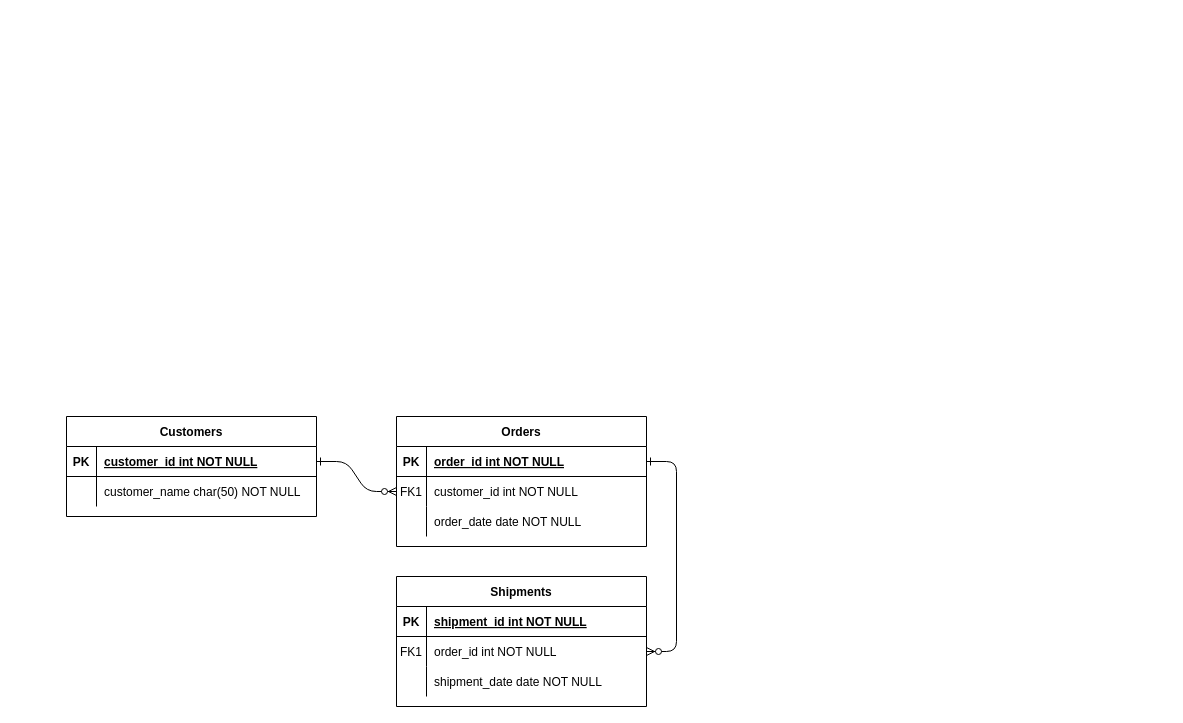
Above: Twitter Database Diagram.drawio in jmsandiegoo/simple-twitter-clone (draw.io), before the change. Source tidied: cells renumbered, new cells numbered last; positions are measured from the earlier drawing's top-left corner, leaving out a move shared by most shapes. Both pictures are drawn from the tidied source at 100%, with x=0, y=0 at pixel (66, 416).
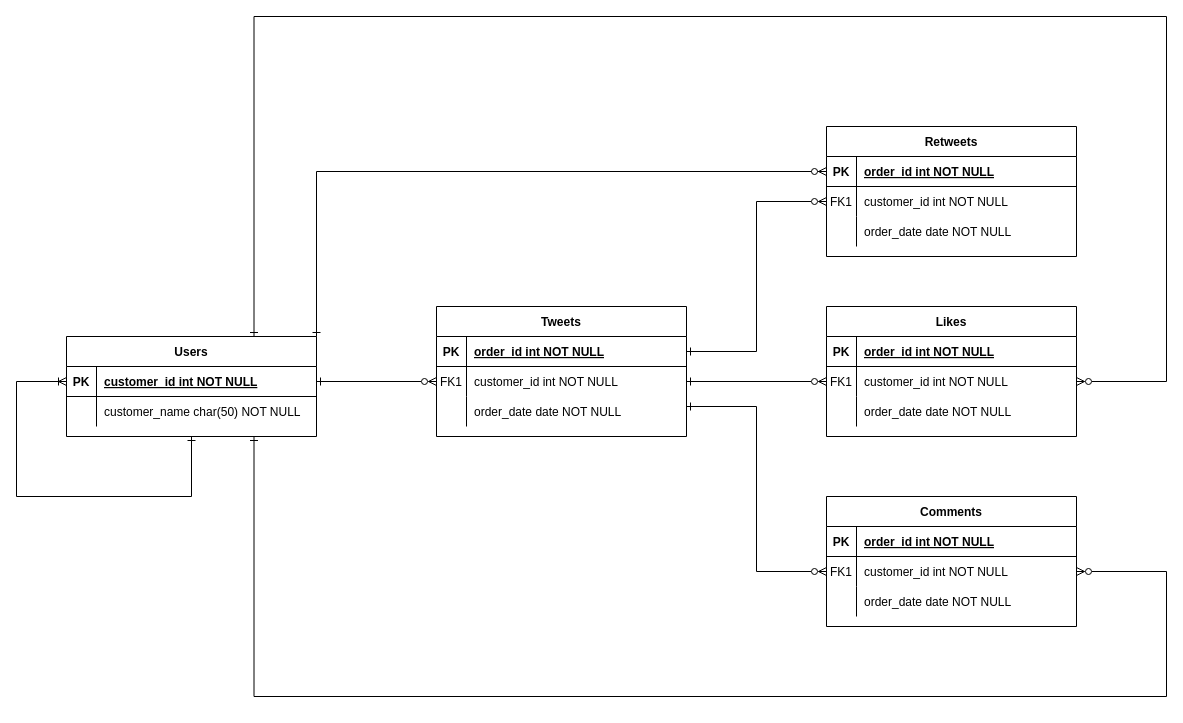
Above is the later version.

The change refers to these unchanged cells:
```xml
<mxCell id="5" style="shape=partialRectangle;fillColor=none;points=[[0,0.5],[1,0.5]];portConstraint=eastwest;top=0;left=0;right=0;bottom=1;" parent="4" vertex="1">
  <mxGeometry y="30" width="250" height="30" as="geometry" />
</mxCell>
<mxCell id="8" style="shape=partialRectangle;fillColor=none;points=[[0,0.5],[1,0.5]];portConstraint=eastwest;top=0;left=0;right=0;bottom=0;" parent="4" vertex="1">
  <mxGeometry y="60" width="250" height="30" as="geometry" />
</mxCell>
<mxCell id="25" style="shape=partialRectangle;fillColor=none;points=[[0,0.5],[1,0.5]];portConstraint=eastwest;top=0;left=0;right=0;bottom=1;" parent="24" vertex="1">
  <mxGeometry y="30" width="250" height="30" as="geometry" />
</mxCell>
```

What changed in the source:
```diff
@@
-    <mxCell id="2" style="edgeStyle=entityRelationEdgeStyle;endArrow=ERzeroToMany;startArrow=ERone;endFill=1;startFill=0;" parent="1" edge="1" source="25" target="8">
-      <mxGeometry relative="1" as="geometry" />
-    </mxCell>
-    <mxCell id="3" style="edgeStyle=entityRelationEdgeStyle;endArrow=ERzeroToMany;startArrow=ERone;endFill=1;startFill=0;" parent="1" edge="1" source="5" target="18">
-      <mxGeometry relative="1" as="geometry" />
-    </mxCell>
-    <mxCell id="4" value="Orders" style="shape=table;startSize=30;childLayout=tableLayout;rowLines=0;fontStyle=1;align=center;" parent="1" vertex="1">
-      <mxGeometry x="330" width="250" height="130" as="geometry" />
+    <mxCell id="4" value="Tweets" style="shape=table;startSize=30;childLayout=tableLayout;rowLines=0;fontStyle=1;align=center;" parent="1" vertex="1">
+      <mxGeometry x="370" y="-110" width="250" height="130" as="geometry" />
     </mxCell>
@@
-    <mxCell id="14" value="Shipments" style="shape=table;startSize=30;childLayout=tableLayout;rowLines=0;fontStyle=1;align=center;" parent="1" vertex="1">
-      <mxGeometry x="330" y="160" width="250" height="130" as="geometry" />
-    </mxCell>
-    <mxCell id="15" style="shape=partialRectangle;fillColor=none;top=0;left=0;right=0;bottom=1;" parent="14" vertex="1">
-      <mxGeometry y="30" width="250" height="30" as="geometry" />
-    </mxCell>
-    <mxCell id="16" value="PK" style="shape=partialRectangle;overflow=hidden;fillColor=none;top=0;left=0;bottom=0;right=0;fontStyle=1;" parent="15" vertex="1">
-      <mxGeometry width="30" height="30" as="geometry" />
-    </mxCell>
-    <mxCell id="17" value="shipment_id int NOT NULL " style="shape=partialRectangle;overflow=hidden;fillColor=none;top=0;left=0;bottom=0;right=0;align=left;spacingLeft=6;fontStyle=5;" parent="15" vertex="1">
-      <mxGeometry x="30" width="220" height="30" as="geometry" />
-    </mxCell>
-    <mxCell id="18" style="shape=partialRectangle;fillColor=none;points=[[0,0.5],[1,0.5]];portConstraint=eastwest;top=0;left=0;right=0;bottom=0;" parent="14" vertex="1">
-      <mxGeometry y="60" width="250" height="30" as="geometry" />
-    </mxCell>
-    <mxCell id="19" value="FK1" style="shape=partialRectangle;overflow=hidden;fillColor=none;top=0;left=0;bottom=0;right=0;" parent="18" vertex="1">
-      <mxGeometry width="30" height="30" as="geometry" />
-    </mxCell>
-    <mxCell id="20" value="order_id int NOT NULL" style="shape=partialRectangle;overflow=hidden;fillColor=none;top=0;left=0;bottom=0;right=0;align=left;spacingLeft=6;" parent="18" vertex="1">
-      <mxGeometry x="30" width="220" height="30" as="geometry" />
-    </mxCell>
-    <mxCell id="21" style="shape=partialRectangle;fillColor=none;top=0;left=0;right=0;bottom=0;" parent="14" vertex="1">
-      <mxGeometry y="90" width="250" height="30" as="geometry" />
-    </mxCell>
-    <mxCell id="22" style="shape=partialRectangle;overflow=hidden;fillColor=none;top=0;left=0;bottom=0;right=0;" parent="21" vertex="1">
-      <mxGeometry width="30" height="30" as="geometry" />
-    </mxCell>
-    <mxCell id="23" value="shipment_date date NOT NULL" style="shape=partialRectangle;overflow=hidden;fillColor=none;top=0;left=0;bottom=0;right=0;align=left;spacingLeft=6;" parent="21" vertex="1">
-      <mxGeometry x="30" width="220" height="30" as="geometry" />
-    </mxCell>
+    <mxCell id="31" style="edgeStyle=orthogonalEdgeStyle;rounded=0;jettySize=auto;html=1;exitX=0.75;exitY=0;exitDx=0;exitDy=0;entryX=1;entryY=0.5;entryDx=0;entryDy=0;startArrow=ERone;startFill=0;endArrow=ERzeroToMany;endFill=0;" parent="1" edge="1" source="24" target="48">
+      <mxGeometry relative="1" as="geometry">
+        <Array as="points">
+          <mxPoint x="188" y="-400" />
+          <mxPoint x="1100" y="-400" />
+          <mxPoint x="1100" y="-35" />
+        </Array>
+      </mxGeometry>
+    </mxCell>
+    <mxCell id="32" style="edgeStyle=orthogonalEdgeStyle;rounded=0;jettySize=auto;html=1;exitX=0.75;exitY=1;exitDx=0;exitDy=0;entryX=1;entryY=0.5;entryDx=0;entryDy=0;startArrow=ERone;startFill=0;endArrow=ERzeroToMany;endFill=0;" parent="1" edge="1" source="24" target="38">
+      <mxGeometry relative="1" as="geometry">
+        <Array as="points">
+          <mxPoint x="188" y="280" />
+          <mxPoint x="1100" y="280" />
+          <mxPoint x="1100" y="155" />
+        </Array>
+      </mxGeometry>
+    </mxCell>
-    <mxCell id="24" value="Customers" style="shape=table;startSize=30;childLayout=tableLayout;rowLines=0;fontStyle=1;align=center;" parent="1" vertex="1">
-      <mxGeometry width="250" height="100" as="geometry" />
+    <mxCell id="24" value="Users" style="shape=table;startSize=30;childLayout=tableLayout;rowLines=0;fontStyle=1;align=center;" parent="1" vertex="1">
+      <mxGeometry y="-80" width="250" height="100" as="geometry" />
     </mxCell>
@@
+    <mxCell id="33" style="edgeStyle=orthogonalEdgeStyle;rounded=0;jettySize=auto;html=1;exitX=0.5;exitY=1;exitDx=0;exitDy=0;entryX=0;entryY=0.5;entryDx=0;entryDy=0;startArrow=ERone;startFill=0;endArrow=ERoneToMany;endFill=0;" parent="24" edge="1" source="24" target="25">
+      <mxGeometry relative="1" as="geometry">
+        <Array as="points">
+          <mxPoint x="125" y="160" />
+          <mxPoint x="-50" y="160" />
+          <mxPoint x="-50" y="45" />
+        </Array>
+      </mxGeometry>
+    </mxCell>
+    <mxCell id="34" value="Comments" style="shape=table;startSize=30;childLayout=tableLayout;rowLines=0;fontStyle=1;align=center;" parent="1" vertex="1">
+      <mxGeometry x="760" y="80" width="250" height="130" as="geometry" />
+    </mxCell>
+    <mxCell id="35" style="shape=partialRectangle;fillColor=none;top=0;left=0;right=0;bottom=1;" parent="34" vertex="1">
+      <mxGeometry y="30" width="250" height="30" as="geometry" />
+    </mxCell>
+    <mxCell id="36" value="PK" style="shape=partialRectangle;overflow=hidden;fillColor=none;top=0;left=0;bottom=0;right=0;fontStyle=1;" parent="35" vertex="1">
+      <mxGeometry width="30" height="30" as="geometry" />
+    </mxCell>
+    <mxCell id="37" value="order_id int NOT NULL " style="shape=partialRectangle;overflow=hidden;fillColor=none;top=0;left=0;bottom=0;right=0;align=left;spacingLeft=6;fontStyle=5;" parent="35" vertex="1">
+      <mxGeometry x="30" width="220" height="30" as="geometry" />
+    </mxCell>
+    <mxCell id="38" style="shape=partialRectangle;fillColor=none;points=[[0,0.5],[1,0.5]];portConstraint=eastwest;top=0;left=0;right=0;bottom=0;" parent="34" vertex="1">
+      <mxGeometry y="60" width="250" height="30" as="geometry" />
+    </mxCell>
+    <mxCell id="39" value="FK1" style="shape=partialRectangle;overflow=hidden;fillColor=none;top=0;left=0;bottom=0;right=0;" parent="38" vertex="1">
+      <mxGeometry width="30" height="30" as="geometry" />
+    </mxCell>
+    <mxCell id="40" value="customer_id int NOT NULL" style="shape=partialRectangle;overflow=hidden;fillColor=none;top=0;left=0;bottom=0;right=0;align=left;spacingLeft=6;" parent="38" vertex="1">
+      <mxGeometry x="30" width="220" height="30" as="geometry" />
+    </mxCell>
+    <mxCell id="41" style="shape=partialRectangle;fillColor=none;top=0;left=0;right=0;bottom=0;" parent="34" vertex="1">
+      <mxGeometry y="90" width="250" height="30" as="geometry" />
+    </mxCell>
+    <mxCell id="42" style="shape=partialRectangle;overflow=hidden;fillColor=none;top=0;left=0;bottom=0;right=0;" parent="41" vertex="1">
+      <mxGeometry width="30" height="30" as="geometry" />
+    </mxCell>
+    <mxCell id="43" value="order_date date NOT NULL" style="shape=partialRectangle;overflow=hidden;fillColor=none;top=0;left=0;bottom=0;right=0;align=left;spacingLeft=6;" parent="41" vertex="1">
+      <mxGeometry x="30" width="220" height="30" as="geometry" />
+    </mxCell>
+    <mxCell id="44" value="Likes" style="shape=table;startSize=30;childLayout=tableLayout;rowLines=0;fontStyle=1;align=center;" parent="1" vertex="1">
+      <mxGeometry x="760" y="-110" width="250" height="130" as="geometry" />
+    </mxCell>
+    <mxCell id="45" style="shape=partialRectangle;fillColor=none;top=0;left=0;right=0;bottom=1;" parent="44" vertex="1">
+      <mxGeometry y="30" width="250" height="30" as="geometry" />
+    </mxCell>
+    <mxCell id="46" value="PK" style="shape=partialRectangle;overflow=hidden;fillColor=none;top=0;left=0;bottom=0;right=0;fontStyle=1;" parent="45" vertex="1">
+      <mxGeometry width="30" height="30" as="geometry" />
+    </mxCell>
+    <mxCell id="47" value="order_id int NOT NULL " style="shape=partialRectangle;overflow=hidden;fillColor=none;top=0;left=0;bottom=0;right=0;align=left;spacingLeft=6;fontStyle=5;" parent="45" vertex="1">
+      <mxGeometry x="30" width="220" height="30" as="geometry" />
+    </mxCell>
+    <mxCell id="48" style="shape=partialRectangle;fillColor=none;points=[[0,0.5],[1,0.5]];portConstraint=eastwest;top=0;left=0;right=0;bottom=0;" parent="44" vertex="1">
+      <mxGeometry y="60" width="250" height="30" as="geometry" />
+    </mxCell>
+    <mxCell id="49" value="FK1" style="shape=partialRectangle;overflow=hidden;fillColor=none;top=0;left=0;bottom=0;right=0;" parent="48" vertex="1">
+      <mxGeometry width="30" height="30" as="geometry" />
+    </mxCell>
+    <mxCell id="50" value="customer_id int NOT NULL" style="shape=partialRectangle;overflow=hidden;fillColor=none;top=0;left=0;bottom=0;right=0;align=left;spacingLeft=6;" parent="48" vertex="1">
+      <mxGeometry x="30" width="220" height="30" as="geometry" />
+    </mxCell>
+    <mxCell id="51" style="shape=partialRectangle;fillColor=none;top=0;left=0;right=0;bottom=0;" parent="44" vertex="1">
+      <mxGeometry y="90" width="250" height="30" as="geometry" />
+    </mxCell>
+    <mxCell id="52" style="shape=partialRectangle;overflow=hidden;fillColor=none;top=0;left=0;bottom=0;right=0;" parent="51" vertex="1">
+      <mxGeometry width="30" height="30" as="geometry" />
+    </mxCell>
+    <mxCell id="53" value="order_date date NOT NULL" style="shape=partialRectangle;overflow=hidden;fillColor=none;top=0;left=0;bottom=0;right=0;align=left;spacingLeft=6;" parent="51" vertex="1">
+      <mxGeometry x="30" width="220" height="30" as="geometry" />
+    </mxCell>
+    <mxCell id="54" value="Retweets" style="shape=table;startSize=30;childLayout=tableLayout;rowLines=0;fontStyle=1;align=center;" parent="1" vertex="1">
+      <mxGeometry x="760" y="-290" width="250" height="130" as="geometry" />
+    </mxCell>
+    <mxCell id="55" style="shape=partialRectangle;fillColor=none;points=[[0,0.5],[1,0.5]];portConstraint=eastwest;top=0;left=0;right=0;bottom=1;" parent="54" vertex="1">
+      <mxGeometry y="30" width="250" height="30" as="geometry" />
+    </mxCell>
+    <mxCell id="56" value="PK" style="shape=partialRectangle;overflow=hidden;fillColor=none;top=0;left=0;bottom=0;right=0;fontStyle=1;" parent="55" vertex="1">
+      <mxGeometry width="30" height="30" as="geometry" />
+    </mxCell>
+    <mxCell id="57" value="order_id int NOT NULL " style="shape=partialRectangle;overflow=hidden;fillColor=none;top=0;left=0;bottom=0;right=0;align=left;spacingLeft=6;fontStyle=5;" parent="55" vertex="1">
+      <mxGeometry x="30" width="220" height="30" as="geometry" />
+    </mxCell>
+    <mxCell id="58" style="shape=partialRectangle;fillColor=none;points=[[0,0.5],[1,0.5]];portConstraint=eastwest;top=0;left=0;right=0;bottom=0;" parent="54" vertex="1">
+      <mxGeometry y="60" width="250" height="30" as="geometry" />
+    </mxCell>
+    <mxCell id="59" value="FK1" style="shape=partialRectangle;overflow=hidden;fillColor=none;top=0;left=0;bottom=0;right=0;" parent="58" vertex="1">
+      <mxGeometry width="30" height="30" as="geometry" />
+    </mxCell>
+    <mxCell id="60" value="customer_id int NOT NULL" style="shape=partialRectangle;overflow=hidden;fillColor=none;top=0;left=0;bottom=0;right=0;align=left;spacingLeft=6;" parent="58" vertex="1">
+      <mxGeometry x="30" width="220" height="30" as="geometry" />
+    </mxCell>
+    <mxCell id="61" style="shape=partialRectangle;fillColor=none;top=0;left=0;right=0;bottom=0;" parent="54" vertex="1">
+      <mxGeometry y="90" width="250" height="30" as="geometry" />
+    </mxCell>
+    <mxCell id="62" style="shape=partialRectangle;overflow=hidden;fillColor=none;top=0;left=0;bottom=0;right=0;" parent="61" vertex="1">
+      <mxGeometry width="30" height="30" as="geometry" />
+    </mxCell>
+    <mxCell id="63" value="order_date date NOT NULL" style="shape=partialRectangle;overflow=hidden;fillColor=none;top=0;left=0;bottom=0;right=0;align=left;spacingLeft=6;" parent="61" vertex="1">
+      <mxGeometry x="30" width="220" height="30" as="geometry" />
+    </mxCell>
+    <mxCell id="2" style="edgeStyle=orthogonalEdgeStyle;rounded=0;jettySize=auto;html=1;exitX=1;exitY=0.5;exitDx=0;exitDy=0;entryX=0;entryY=0.5;entryDx=0;entryDy=0;startArrow=ERone;startFill=0;endArrow=ERzeroToMany;endFill=0;" parent="1" edge="1" source="25" target="8">
+      <mxGeometry relative="1" as="geometry" />
+    </mxCell>
+    <mxCell id="64" style="edgeStyle=orthogonalEdgeStyle;rounded=0;jettySize=auto;html=1;exitX=1;exitY=0.5;exitDx=0;exitDy=0;startArrow=ERone;startFill=0;endArrow=ERzeroToMany;endFill=0;entryX=0;entryY=0.5;entryDx=0;entryDy=0;" parent="1" edge="1" source="8" target="48">
+      <mxGeometry relative="1" as="geometry" />
+    </mxCell>
+    <mxCell id="65" style="edgeStyle=orthogonalEdgeStyle;rounded=0;jettySize=auto;html=1;entryX=0;entryY=0.5;entryDx=0;entryDy=0;startArrow=ERone;startFill=0;endArrow=ERzeroToMany;endFill=0;" parent="1" edge="1" target="38">
+      <mxGeometry relative="1" as="geometry">
+        <mxPoint x="620" y="-10" as="sourcePoint" />
+        <Array as="points">
+          <mxPoint x="620" y="-10" />
+          <mxPoint x="690" y="-10" />
+          <mxPoint x="690" y="155" />
+        </Array>
+      </mxGeometry>
+    </mxCell>
+    <mxCell id="66" style="edgeStyle=orthogonalEdgeStyle;rounded=0;jettySize=auto;html=1;exitX=0;exitY=0.5;exitDx=0;exitDy=0;entryX=1;entryY=0;entryDx=0;entryDy=0;startArrow=ERzeroToMany;startFill=1;endArrow=ERone;endFill=0;" parent="1" edge="1" source="55" target="24">
+      <mxGeometry relative="1" as="geometry" />
+    </mxCell>
+    <mxCell id="67" style="edgeStyle=orthogonalEdgeStyle;rounded=0;jettySize=auto;html=1;exitX=1;exitY=0.5;exitDx=0;exitDy=0;entryX=0;entryY=0.5;entryDx=0;entryDy=0;startArrow=ERone;startFill=0;endArrow=ERzeroToMany;endFill=0;" parent="1" edge="1" source="5" target="58">
+      <mxGeometry relative="1" as="geometry" />
+    </mxCell>
```
